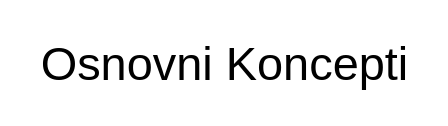
Earlier version of the draw.io diagram My SQL Workshop p1.drawio (aleksandarLazic1998/db-craftsmanship). Source tidied: cells renumbered, new cells numbered last; positions are measured from the earlier drawing's top-left corner, leaving out a move shared by most shapes. Both pictures are drawn from the tidied source at 134%, with x=0, y=0 at pixel (23, 23).
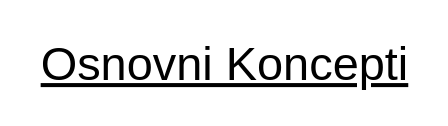
After the change.

What changed in the source:
```diff
@@
 <mxGraphModel>
   <root>
     <mxCell id="0" />
     <mxCell id="1" parent="0" />
-    <mxCell id="2" value="&lt;font style=&quot;font-size: 35px;&quot;&gt;Osnovni Koncepti&lt;/font&gt;" style="text;html=1;align=center;verticalAlign=middle;strokeColor=none;fillColor=none;" parent="1" vertex="1">
+    <mxCell id="2" value="&lt;font style=&quot;font-size: 35px;&quot;&gt;&lt;u&gt;Osnovni Koncepti&lt;/u&gt;&lt;/font&gt;" style="text;html=1;align=center;verticalAlign=middle;strokeColor=none;fillColor=none;" parent="1" vertex="1">
       <mxGeometry width="300" height="60" as="geometry" />
     </mxCell>
   </root>
 </mxGraphModel>
```
